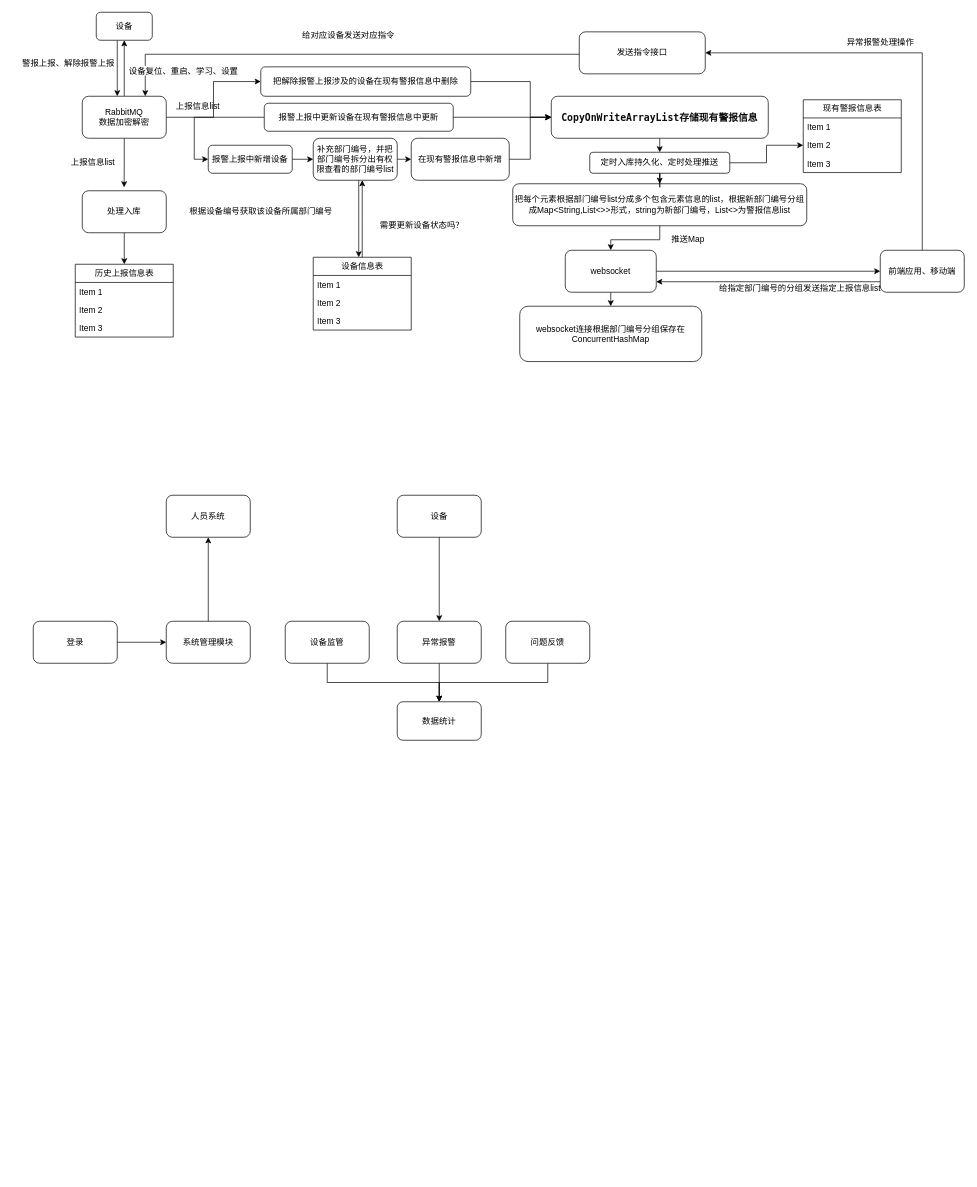
LSS9/ForgettingCurve keeps this draw.io diagram as 未命名绘图.drawio. Above is the earlier version. Source tidied: cells renumbered, new cells numbered last; positions are measured from the earlier drawing's top-left corner, leaving out a move shared by most shapes. Both pictures are drawn from the tidied source at 70%, with x=0, y=0 at pixel (12, 12).
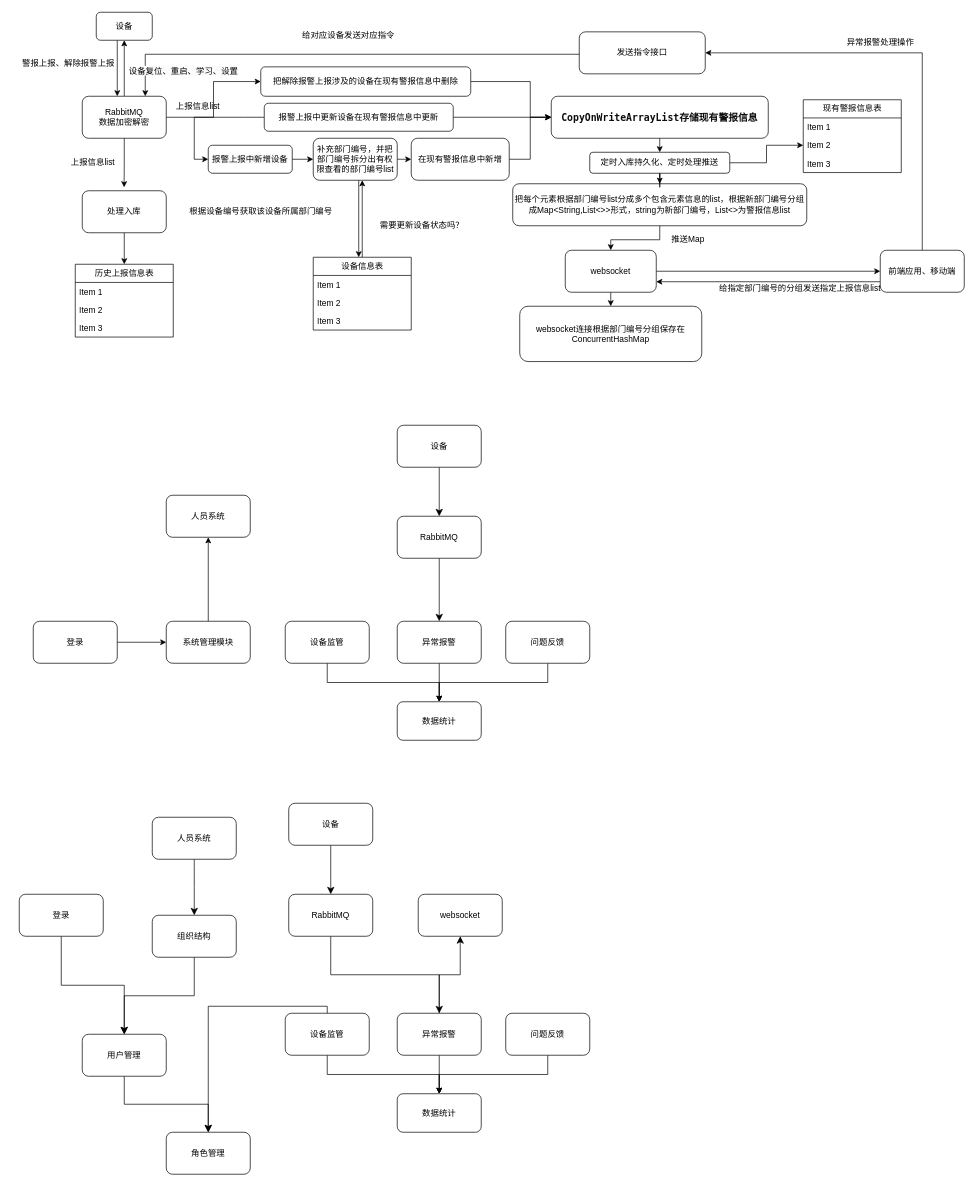
Above is the later version.

Commit message:
更新未命名绘图.drawio

The change refers to these unchanged cells:
```xml
<mxCell id="72" value="异常报警" style="rounded=1;whiteSpace=wrap;html=1;" parent="1" vertex="1">
  <mxGeometry x="550" y="870" width="120" height="60" as="geometry" />
</mxCell>
```

Diff of the diagram source:
```diff
@@
-    <mxCell id="73" style="edgeStyle=orthogonalEdgeStyle;rounded=0;jettySize=auto;html=1;exitX=0.5;exitY=1;exitDx=0;exitDy=0;entryX=0.5;entryY=0;entryDx=0;entryDy=0;" parent="1" edge="1" source="74" target="72">
-      <mxGeometry relative="1" as="geometry" />
-    </mxCell>
+    <mxCell id="75" style="edgeStyle=orthogonalEdgeStyle;rounded=0;jettySize=auto;html=1;exitX=0.5;exitY=1;exitDx=0;exitDy=0;entryX=0.5;entryY=0;entryDx=0;entryDy=0;fontSize=12;startSize=8;endSize=8;" parent="1" edge="1" source="74" target="77">
+      <mxGeometry relative="1" as="geometry" />
+    </mxCell>
     <mxCell id="74" value="设备" style="rounded=1;whiteSpace=wrap;html=1;" parent="1" vertex="1">
-      <mxGeometry x="550" y="690" width="120" height="60" as="geometry" />
+      <mxGeometry x="550" y="590" width="120" height="60" as="geometry" />
     </mxCell>
+    <mxCell id="76" style="edgeStyle=orthogonalEdgeStyle;rounded=0;jettySize=auto;html=1;exitX=0.5;exitY=1;exitDx=0;exitDy=0;entryX=0.5;entryY=0;entryDx=0;entryDy=0;fontSize=12;startSize=8;endSize=8;" parent="1" edge="1" source="77" target="72">
+      <mxGeometry relative="1" as="geometry" />
+    </mxCell>
+    <mxCell id="77" value="RabbitMQ" style="rounded=1;whiteSpace=wrap;html=1;" parent="1" vertex="1">
+      <mxGeometry x="550" y="720" width="120" height="60" as="geometry" />
+    </mxCell>
+    <mxCell id="78" style="edgeStyle=orthogonalEdgeStyle;rounded=0;jettySize=auto;html=1;exitX=0.5;exitY=1;exitDx=0;exitDy=0;entryX=0.5;entryY=0;entryDx=0;entryDy=0;fontSize=12;startSize=8;endSize=8;" parent="1" edge="1" source="79" target="99">
+      <mxGeometry relative="1" as="geometry" />
+    </mxCell>
+    <mxCell id="79" value="登录" style="rounded=1;whiteSpace=wrap;html=1;" parent="1" vertex="1">
+      <mxGeometry x="10" y="1260" width="120" height="60" as="geometry" />
+    </mxCell>
+    <mxCell id="80" style="edgeStyle=none;curved=1;rounded=0;jettySize=auto;html=1;exitX=0.5;exitY=1;exitDx=0;exitDy=0;entryX=0.5;entryY=0;entryDx=0;entryDy=0;fontSize=12;startSize=8;endSize=8;" parent="1" edge="1" source="81" target="96">
+      <mxGeometry relative="1" as="geometry" />
+    </mxCell>
+    <mxCell id="81" value="人员系统" style="rounded=1;whiteSpace=wrap;html=1;" parent="1" vertex="1">
+      <mxGeometry x="200" y="1150" width="120" height="60" as="geometry" />
+    </mxCell>
+    <mxCell id="82" style="edgeStyle=orthogonalEdgeStyle;rounded=0;jettySize=auto;html=1;exitX=0.5;exitY=1;exitDx=0;exitDy=0;entryX=0.5;entryY=0;entryDx=0;entryDy=0;" parent="1" edge="1" source="84" target="85">
+      <mxGeometry relative="1" as="geometry" />
+    </mxCell>
+    <mxCell id="83" style="edgeStyle=orthogonalEdgeStyle;rounded=0;jettySize=auto;html=1;exitX=0.5;exitY=0;exitDx=0;exitDy=0;fontSize=12;startSize=8;endSize=8;entryX=0.5;entryY=0;entryDx=0;entryDy=0;" parent="1" edge="1" source="84" target="97">
+      <mxGeometry relative="1" as="geometry">
+        <Array as="points">
+          <mxPoint x="450" y="1420" />
+          <mxPoint x="280" y="1420" />
+        </Array>
+      </mxGeometry>
+    </mxCell>
+    <mxCell id="84" value="设备监管" style="rounded=1;whiteSpace=wrap;html=1;" parent="1" vertex="1">
+      <mxGeometry x="390" y="1430" width="120" height="60" as="geometry" />
+    </mxCell>
+    <mxCell id="85" value="数据统计" style="rounded=1;whiteSpace=wrap;html=1;" parent="1" vertex="1">
+      <mxGeometry x="550" y="1545" width="120" height="55" as="geometry" />
+    </mxCell>
+    <mxCell id="86" style="edgeStyle=orthogonalEdgeStyle;rounded=0;jettySize=auto;html=1;exitX=0.5;exitY=1;exitDx=0;exitDy=0;entryX=0.5;entryY=0;entryDx=0;entryDy=0;" parent="1" edge="1" source="87" target="85">
+      <mxGeometry relative="1" as="geometry" />
+    </mxCell>
+    <mxCell id="87" value="问题反馈" style="rounded=1;whiteSpace=wrap;html=1;" parent="1" vertex="1">
+      <mxGeometry x="705" y="1430" width="120" height="60" as="geometry" />
+    </mxCell>
+    <mxCell id="88" style="edgeStyle=orthogonalEdgeStyle;rounded=0;jettySize=auto;html=1;exitX=0.5;exitY=1;exitDx=0;exitDy=0;entryX=0.5;entryY=0;entryDx=0;entryDy=0;" parent="1" edge="1" source="90" target="85">
+      <mxGeometry relative="1" as="geometry" />
+    </mxCell>
+    <mxCell id="89" style="edgeStyle=orthogonalEdgeStyle;rounded=0;jettySize=auto;html=1;exitX=0.5;exitY=0;exitDx=0;exitDy=0;entryX=0.5;entryY=1;entryDx=0;entryDy=0;fontSize=12;startSize=8;endSize=8;" parent="1" edge="1" source="90" target="100">
+      <mxGeometry relative="1" as="geometry" />
+    </mxCell>
+    <mxCell id="90" value="异常报警" style="rounded=1;whiteSpace=wrap;html=1;" parent="1" vertex="1">
+      <mxGeometry x="550" y="1430" width="120" height="60" as="geometry" />
+    </mxCell>
+    <mxCell id="91" style="edgeStyle=orthogonalEdgeStyle;rounded=0;jettySize=auto;html=1;exitX=0.5;exitY=1;exitDx=0;exitDy=0;entryX=0.5;entryY=0;entryDx=0;entryDy=0;fontSize=12;startSize=8;endSize=8;" parent="1" edge="1" source="92" target="94">
+      <mxGeometry relative="1" as="geometry" />
+    </mxCell>
+    <mxCell id="92" value="设备" style="rounded=1;whiteSpace=wrap;html=1;" parent="1" vertex="1">
+      <mxGeometry x="395" y="1130" width="120" height="60" as="geometry" />
+    </mxCell>
+    <mxCell id="93" style="edgeStyle=orthogonalEdgeStyle;rounded=0;jettySize=auto;html=1;exitX=0.5;exitY=1;exitDx=0;exitDy=0;entryX=0.5;entryY=0;entryDx=0;entryDy=0;fontSize=12;startSize=8;endSize=8;" parent="1" edge="1" source="94" target="90">
+      <mxGeometry relative="1" as="geometry" />
+    </mxCell>
+    <mxCell id="94" value="RabbitMQ" style="rounded=1;whiteSpace=wrap;html=1;" parent="1" vertex="1">
+      <mxGeometry x="395" y="1260" width="120" height="60" as="geometry" />
+    </mxCell>
+    <mxCell id="95" style="edgeStyle=orthogonalEdgeStyle;rounded=0;jettySize=auto;html=1;exitX=0.5;exitY=1;exitDx=0;exitDy=0;entryX=0.5;entryY=0;entryDx=0;entryDy=0;fontSize=12;startSize=8;endSize=8;" parent="1" edge="1" source="96" target="99">
+      <mxGeometry relative="1" as="geometry" />
+    </mxCell>
+    <mxCell id="96" value="组织结构" style="rounded=1;whiteSpace=wrap;html=1;" parent="1" vertex="1">
+      <mxGeometry x="200" y="1290" width="120" height="60" as="geometry" />
+    </mxCell>
+    <mxCell id="97" value="角色管理" style="rounded=1;whiteSpace=wrap;html=1;" parent="1" vertex="1">
+      <mxGeometry x="220" y="1600" width="120" height="60" as="geometry" />
+    </mxCell>
+    <mxCell id="98" style="edgeStyle=orthogonalEdgeStyle;rounded=0;jettySize=auto;html=1;exitX=0.5;exitY=1;exitDx=0;exitDy=0;entryX=0.5;entryY=0;entryDx=0;entryDy=0;fontSize=12;startSize=8;endSize=8;" parent="1" edge="1" source="99" target="97">
+      <mxGeometry relative="1" as="geometry" />
+    </mxCell>
+    <mxCell id="99" value="用户管理" style="rounded=1;whiteSpace=wrap;html=1;" parent="1" vertex="1">
+      <mxGeometry x="100" y="1460" width="120" height="60" as="geometry" />
+    </mxCell>
+    <mxCell id="100" value="websocket" style="rounded=1;whiteSpace=wrap;html=1;" parent="1" vertex="1">
+      <mxGeometry x="580" y="1260" width="120" height="60" as="geometry" />
+    </mxCell>
```
